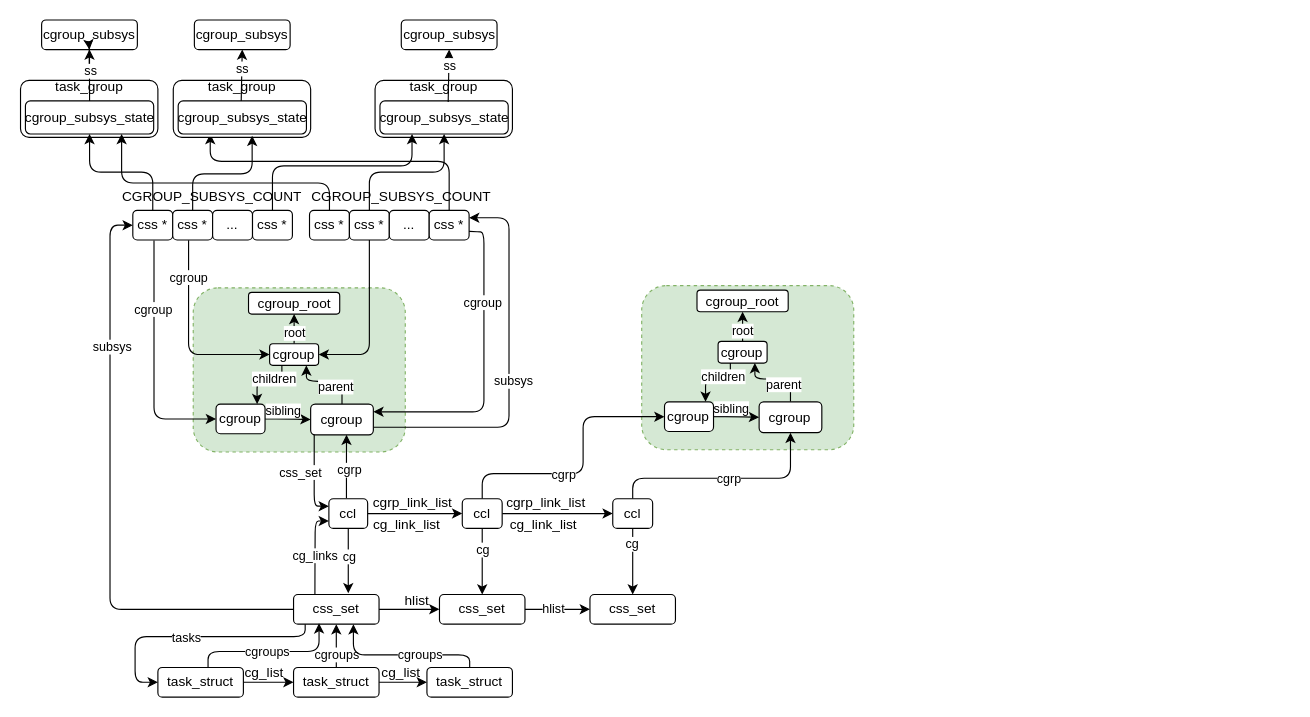
Before: cgroup.drawio in jasonactions/graph, a draw.io diagram. Source tidied: cells renumbered, new cells numbered last; positions are measured from the earlier drawing's top-left corner, leaving out a move shared by most shapes. Both pictures are drawn from the tidied source at 114%, with x=0, y=0 at pixel (19, 19).
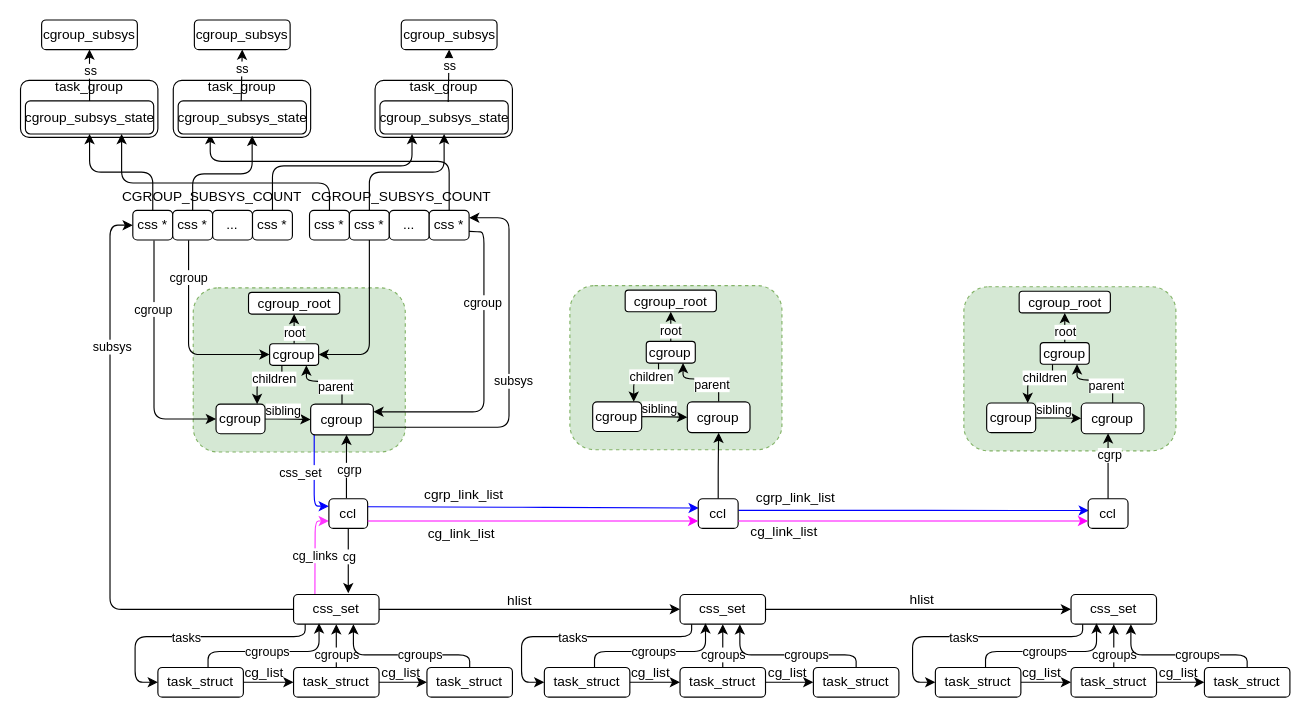
The same diagram, later.

The change refers to these unchanged cells:
```xml
<mxCell id="19" value="css_set" style="rounded=1;whiteSpace=wrap;html=1;" parent="1" vertex="1">
  <mxGeometry x="240" y="504" width="75" height="26" as="geometry" />
</mxCell>
<mxCell id="42" value="cgroup" style="rounded=1;whiteSpace=wrap;html=1;" parent="1" vertex="1">
  <mxGeometry x="255" y="337" width="55" height="27" as="geometry" />
</mxCell>
<mxCell id="66" value="ccl" style="rounded=1;whiteSpace=wrap;html=1;" parent="1" vertex="1">
  <mxGeometry x="271" y="420" width="34" height="26" as="geometry" />
</mxCell>
<mxCell id="82" value="cgroup_subsys" style="rounded=1;whiteSpace=wrap;html=1;" parent="1" vertex="1">
  <mxGeometry x="19" width="84" height="26" as="geometry" />
</mxCell>
<mxCell id="108" value="task_group" style="text;html=1;strokeColor=none;fillColor=none;align=center;verticalAlign=middle;whiteSpace=wrap;rounded=1;" parent="1" vertex="1">
  <mxGeometry x="30.8" y="44" width="60" height="30" as="geometry" />
</mxCell>
```

Change to the diagram source:
```diff
@@
     <mxCell id="4" style="rounded=1;whiteSpace=wrap;html=1;fillColor=#d5e8d4;dashed=1;strokeColor=#82b366;" parent="1" vertex="1">
-      <mxGeometry x="545.4" y="233" width="186" height="144" as="geometry" />
+      <mxGeometry x="482.4" y="233" width="186" height="144" as="geometry" />
     </mxCell>
@@
-    <mxCell id="16" style="edgeStyle=orthogonalEdgeStyle;rounded=1;jettySize=auto;html=1;entryX=0;entryY=0.75;entryDx=0;entryDy=0;exitX=0.25;exitY=0;exitDx=0;exitDy=0;" parent="1" edge="1" source="19" target="66">
+    <mxCell id="16" style="edgeStyle=orthogonalEdgeStyle;rounded=1;jettySize=auto;html=1;entryX=0;entryY=0.75;entryDx=0;entryDy=0;exitX=0.25;exitY=0;exitDx=0;exitDy=0;strokeColor=#FF33FF;" parent="1" edge="1" source="19" target="66">
       <mxGeometry relative="1" as="geometry">
         <Array as="points">
           <mxPoint x="259" y="475" />
           <mxPoint x="259" y="440" />
         </Array>
       </mxGeometry>
     </mxCell>
@@
-    <mxCell id="18" style="edgeStyle=orthogonalEdgeStyle;rounded=1;jettySize=auto;html=1;" parent="1" edge="1" source="19" target="88">
-      <mxGeometry relative="1" as="geometry" />
-    </mxCell>
+    <mxCell id="121" style="edgeStyle=orthogonalEdgeStyle;rounded=0;jettySize=auto;html=1;entryX=0;entryY=0.5;entryDx=0;entryDy=0;" parent="1" edge="1" source="19" target="150">
+      <mxGeometry relative="1" as="geometry" />
+    </mxCell>
@@
-    <mxCell id="40" style="edgeStyle=orthogonalEdgeStyle;rounded=1;jettySize=auto;html=1;entryX=0;entryY=0.25;entryDx=0;entryDy=0;exitX=0.057;exitY=0.986;exitDx=0;exitDy=0;exitPerimeter=0;" parent="1" edge="1" source="42" target="66">
+    <mxCell id="40" style="edgeStyle=orthogonalEdgeStyle;rounded=1;jettySize=auto;html=1;entryX=0;entryY=0.25;entryDx=0;entryDy=0;exitX=0.057;exitY=0.986;exitDx=0;exitDy=0;exitPerimeter=0;strokeColor=#0000FF;" parent="1" edge="1" source="42" target="66">
       <mxGeometry relative="1" as="geometry">
         <Array as="points">
           <mxPoint x="258" y="427" />
         </Array>
       </mxGeometry>
     </mxCell>
@@
-    <mxCell id="63" style="edgeStyle=orthogonalEdgeStyle;rounded=1;jettySize=auto;html=1;entryX=0;entryY=0.5;entryDx=0;entryDy=0;" parent="1" edge="1" source="66" target="72">
-      <mxGeometry relative="1" as="geometry" />
+    <mxCell id="63" style="edgeStyle=orthogonalEdgeStyle;rounded=1;jettySize=auto;html=1;entryX=0.013;entryY=0.315;entryDx=0;entryDy=0;strokeColor=#0000FF;entryPerimeter=0;" parent="1" edge="1" target="72">
+      <mxGeometry relative="1" as="geometry">
+        <mxPoint x="305" y="427" as="sourcePoint" />
+      </mxGeometry>
     </mxCell>
@@
-    <mxCell id="67" style="edgeStyle=orthogonalEdgeStyle;rounded=1;jettySize=auto;html=1;entryX=0;entryY=0.5;entryDx=0;entryDy=0;" parent="1" edge="1" source="72" target="77">
+    <mxCell id="67" style="edgeStyle=orthogonalEdgeStyle;rounded=1;jettySize=auto;html=1;entryX=0.019;entryY=0.397;entryDx=0;entryDy=0;strokeColor=#0000FF;entryPerimeter=0;exitX=1.008;exitY=0.391;exitDx=0;exitDy=0;exitPerimeter=0;" parent="1" edge="1" source="72" target="77">
       <mxGeometry relative="1" as="geometry" />
     </mxCell>
-    <mxCell id="68" style="edgeStyle=orthogonalEdgeStyle;rounded=1;jettySize=auto;html=1;" parent="1" edge="1" source="72" target="88">
-      <mxGeometry relative="1" as="geometry" />
-    </mxCell>
-    <mxCell id="69" value="cg" style="edgeLabel;html=1;align=center;verticalAlign=middle;rounded=1;" parent="68" vertex="1">
-      <mxGeometry x="-0.37" relative="1" as="geometry" />
-    </mxCell>
-    <mxCell id="70" style="edgeStyle=orthogonalEdgeStyle;rounded=1;jettySize=auto;html=1;entryX=0;entryY=0.5;entryDx=0;entryDy=0;" parent="1" edge="1" source="72" target="99">
-      <mxGeometry relative="1" as="geometry">
-        <Array as="points">
-          <mxPoint x="405" y="398" />
-          <mxPoint x="494" y="398" />
-          <mxPoint x="494" y="348" />
-        </Array>
-      </mxGeometry>
-    </mxCell>
-    <mxCell id="71" value="cgrp" style="edgeLabel;html=1;align=center;verticalAlign=middle;rounded=1;" parent="70" vertex="1">
-      <mxGeometry x="-0.2" relative="1" as="geometry" />
-    </mxCell>
+    <mxCell id="122" style="edgeStyle=orthogonalEdgeStyle;rounded=1;jettySize=auto;html=1;entryX=0.5;entryY=1;entryDx=0;entryDy=0;curved=0;" parent="1" edge="1" source="72" target="96">
+      <mxGeometry relative="1" as="geometry" />
+    </mxCell>
     <mxCell id="72" value="ccl" style="rounded=1;whiteSpace=wrap;html=1;" parent="1" vertex="1">
-      <mxGeometry x="388" y="420" width="35" height="26" as="geometry" />
+      <mxGeometry x="595" y="420" width="35" height="26" as="geometry" />
     </mxCell>
-    <mxCell id="73" style="edgeStyle=orthogonalEdgeStyle;rounded=1;jettySize=auto;html=1;entryX=0.5;entryY=0;entryDx=0;entryDy=0;" parent="1" edge="1" source="77" target="89">
-      <mxGeometry relative="1" as="geometry" />
-    </mxCell>
-    <mxCell id="74" value="cg" style="edgeLabel;html=1;align=center;verticalAlign=middle;rounded=1;" parent="73" vertex="1">
-      <mxGeometry x="-0.55" y="-1" relative="1" as="geometry" />
-    </mxCell>
-    <mxCell id="75" style="edgeStyle=orthogonalEdgeStyle;rounded=1;jettySize=auto;html=1;entryX=0.5;entryY=1;entryDx=0;entryDy=0;" parent="1" edge="1" source="77" target="96">
-      <mxGeometry relative="1" as="geometry">
-        <Array as="points">
-          <mxPoint x="537" y="402" />
-          <mxPoint x="676" y="402" />
-        </Array>
-      </mxGeometry>
-    </mxCell>
-    <mxCell id="76" value="cgrp" style="edgeLabel;html=1;align=center;verticalAlign=middle;rounded=1;" parent="75" vertex="1">
-      <mxGeometry x="0.04" relative="1" as="geometry" />
-    </mxCell>
     <mxCell id="77" value="ccl" style="rounded=1;whiteSpace=wrap;html=1;" parent="1" vertex="1">
-      <mxGeometry x="520" y="420" width="35" height="26" as="geometry" />
+      <mxGeometry x="937" y="420" width="35" height="26" as="geometry" />
     </mxCell>
     <mxCell id="78" value="cg_link_list" style="text;html=1;align=center;verticalAlign=middle;strokeColor=none;fillColor=none;rounded=1;" parent="1" vertex="1">
-      <mxGeometry x="300" y="430" width="77" height="26" as="geometry" />
+      <mxGeometry x="348" y="438" width="77" height="26" as="geometry" />
     </mxCell>
     <mxCell id="79" value="cg_link_list" style="text;html=1;align=center;verticalAlign=middle;strokeColor=none;fillColor=none;rounded=1;" parent="1" vertex="1">
-      <mxGeometry x="420" y="430" width="77" height="26" as="geometry" />
+      <mxGeometry x="631.5" y="436" width="77" height="26" as="geometry" />
     </mxCell>
     <mxCell id="80" value="cgrp_link_list" style="text;whiteSpace=wrap;rounded=1;" parent="1" vertex="1">
-      <mxGeometry x="308" y="410" width="72" height="24" as="geometry" />
+      <mxGeometry x="353" y="403" width="72" height="24" as="geometry" />
     </mxCell>
     <mxCell id="81" value="cgrp_link_list" style="text;whiteSpace=wrap;rounded=1;" parent="1" vertex="1">
-      <mxGeometry x="425" y="410" width="74" height="24" as="geometry" />
+      <mxGeometry x="644" y="405" width="74" height="24" as="geometry" />
     </mxCell>
@@
-    <mxCell id="86" style="edgeStyle=orthogonalEdgeStyle;rounded=1;jettySize=auto;html=1;entryX=0;entryY=0.5;entryDx=0;entryDy=0;" parent="1" edge="1" source="88" target="89">
-      <mxGeometry relative="1" as="geometry" />
-    </mxCell>
-    <mxCell id="87" value="hlist" style="edgeLabel;html=1;align=center;verticalAlign=middle;rounded=1;" parent="86" vertex="1">
-      <mxGeometry x="-0.15" y="1" relative="1" as="geometry" />
-    </mxCell>
-    <mxCell id="88" value="css_set" style="rounded=1;whiteSpace=wrap;html=1;" parent="1" vertex="1">
-      <mxGeometry x="368" y="504" width="75" height="26" as="geometry" />
-    </mxCell>
-    <mxCell id="89" value="css_set" style="rounded=1;whiteSpace=wrap;html=1;" parent="1" vertex="1">
-      <mxGeometry x="500" y="504" width="75" height="26" as="geometry" />
-    </mxCell>
-    <mxCell id="90" value="hlist" style="text;html=1;align=center;verticalAlign=middle;strokeColor=none;fillColor=none;rounded=1;" parent="1" vertex="1">
-      <mxGeometry x="328" y="497" width="39" height="26" as="geometry" />
-    </mxCell>
@@
     <mxCell id="96" value="cgroup" style="rounded=1;whiteSpace=wrap;html=1;" parent="1" vertex="1">
-      <mxGeometry x="648.4" y="335" width="55" height="27" as="geometry" />
+      <mxGeometry x="585.4" y="335" width="55" height="27" as="geometry" />
     </mxCell>
@@
     <mxCell id="99" value="cgroup" style="rounded=1;whiteSpace=wrap;html=1;" parent="1" vertex="1">
-      <mxGeometry x="565.4" y="335" width="43" height="26" as="geometry" />
+      <mxGeometry x="502.4" y="335" width="43" height="26" as="geometry" />
     </mxCell>
     <mxCell id="100" style="edgeStyle=orthogonalEdgeStyle;rounded=1;jettySize=auto;html=1;exitX=0.25;exitY=1;exitDx=0;exitDy=0;" parent="1" edge="1" source="104" target="99">
       <mxGeometry relative="1" as="geometry">
         <Array as="points">
-          <mxPoint x="623.4" y="314" />
-          <mxPoint x="601.4" y="314" />
+          <mxPoint x="560.4" y="314" />
+          <mxPoint x="538.4" y="314" />
         </Array>
       </mxGeometry>
     </mxCell>
@@
     <mxCell id="104" value="cgroup" style="rounded=1;whiteSpace=wrap;html=1;" parent="1" vertex="1">
-      <mxGeometry x="612.4" y="282" width="43" height="19" as="geometry" />
+      <mxGeometry x="549.4" y="282" width="43" height="19" as="geometry" />
     </mxCell>
     <mxCell id="105" value="cgroup_root" style="rounded=1;whiteSpace=wrap;html=1;" parent="1" vertex="1">
-      <mxGeometry x="593.9" y="237" width="80" height="19" as="geometry" />
+      <mxGeometry x="530.9" y="237" width="80" height="19" as="geometry" />
     </mxCell>
@@
-    <mxCell id="107" style="edgeStyle=orthogonalEdgeStyle;rounded=1;jettySize=auto;html=1;" parent="1" edge="1" source="108" target="82">
-      <mxGeometry relative="1" as="geometry" />
-    </mxCell>
@@
+    <mxCell id="123" style="edgeStyle=orthogonalEdgeStyle;rounded=1;jettySize=auto;html=1;entryX=0;entryY=0.75;entryDx=0;entryDy=0;strokeColor=#FF00FF;exitX=1;exitY=0.75;exitDx=0;exitDy=0;" parent="1" edge="1" source="66" target="72">
+      <mxGeometry relative="1" as="geometry" />
+    </mxCell>
+    <mxCell id="124" style="edgeStyle=orthogonalEdgeStyle;rounded=1;jettySize=auto;html=1;entryX=0;entryY=0.75;entryDx=0;entryDy=0;strokeColor=#FF00FF;exitX=1;exitY=0.75;exitDx=0;exitDy=0;" parent="1" edge="1" source="72" target="77">
+      <mxGeometry relative="1" as="geometry" />
+    </mxCell>
+    <mxCell id="125" style="rounded=1;whiteSpace=wrap;html=1;fillColor=#d5e8d4;dashed=1;strokeColor=#82b366;" parent="1" vertex="1">
+      <mxGeometry x="828" y="234" width="186" height="144" as="geometry" />
+    </mxCell>
+    <mxCell id="126" style="edgeStyle=orthogonalEdgeStyle;rounded=1;jettySize=auto;html=1;entryX=0.75;entryY=1;entryDx=0;entryDy=0;exitX=0.5;exitY=0;exitDx=0;exitDy=0;" parent="1" edge="1" source="128" target="136">
+      <mxGeometry relative="1" as="geometry" />
+    </mxCell>
+    <mxCell id="127" value="parent" style="edgeLabel;html=1;align=center;verticalAlign=middle;rounded=1;" parent="126" vertex="1">
+      <mxGeometry x="-0.26" relative="1" as="geometry">
+        <mxPoint x="-2" y="4" as="offset" />
+      </mxGeometry>
+    </mxCell>
+    <mxCell id="128" value="cgroup" style="rounded=1;whiteSpace=wrap;html=1;" parent="1" vertex="1">
+      <mxGeometry x="931" y="336" width="55" height="27" as="geometry" />
+    </mxCell>
+    <mxCell id="129" style="edgeStyle=orthogonalEdgeStyle;rounded=1;jettySize=auto;html=1;exitX=1;exitY=0.5;exitDx=0;exitDy=0;" parent="1" edge="1" source="131" target="128">
+      <mxGeometry relative="1" as="geometry" />
+    </mxCell>
+    <mxCell id="130" value="sibling" style="edgeLabel;html=1;align=center;verticalAlign=middle;rounded=1;" parent="129" vertex="1">
+      <mxGeometry x="-0.34" relative="1" as="geometry">
+        <mxPoint x="2" y="-8" as="offset" />
+      </mxGeometry>
+    </mxCell>
+    <mxCell id="131" value="cgroup" style="rounded=1;whiteSpace=wrap;html=1;" parent="1" vertex="1">
+      <mxGeometry x="848" y="336" width="43" height="26" as="geometry" />
+    </mxCell>
+    <mxCell id="132" style="edgeStyle=orthogonalEdgeStyle;rounded=1;jettySize=auto;html=1;exitX=0.25;exitY=1;exitDx=0;exitDy=0;" parent="1" edge="1" source="136" target="131">
+      <mxGeometry relative="1" as="geometry">
+        <Array as="points">
+          <mxPoint x="906" y="315" />
+          <mxPoint x="884" y="315" />
+        </Array>
+      </mxGeometry>
+    </mxCell>
+    <mxCell id="133" value="children" style="edgeLabel;html=1;align=center;verticalAlign=middle;rounded=1;" parent="132" vertex="1">
+      <mxGeometry x="-0.3" y="-2" relative="1" as="geometry" />
+    </mxCell>
+    <mxCell id="134" style="edgeStyle=orthogonalEdgeStyle;rounded=1;jettySize=auto;html=1;entryX=0.5;entryY=1;entryDx=0;entryDy=0;" parent="1" edge="1" source="136" target="137">
+      <mxGeometry relative="1" as="geometry" />
+    </mxCell>
+    <mxCell id="135" value="root" style="edgeLabel;html=1;align=center;verticalAlign=middle;rounded=1;" parent="134" vertex="1">
+      <mxGeometry x="-0.4" y="-3" relative="1" as="geometry">
+        <mxPoint x="-3" y="6" as="offset" />
+      </mxGeometry>
+    </mxCell>
+    <mxCell id="136" value="cgroup" style="rounded=1;whiteSpace=wrap;html=1;" parent="1" vertex="1">
+      <mxGeometry x="895" y="283" width="43" height="19" as="geometry" />
+    </mxCell>
+    <mxCell id="137" value="cgroup_root" style="rounded=1;whiteSpace=wrap;html=1;" parent="1" vertex="1">
+      <mxGeometry x="876.5" y="238" width="80" height="19" as="geometry" />
+    </mxCell>
+    <mxCell id="138" style="edgeStyle=orthogonalEdgeStyle;rounded=1;jettySize=auto;html=1;entryX=0.427;entryY=0.986;entryDx=0;entryDy=0;entryPerimeter=0;exitX=0.5;exitY=0;exitDx=0;exitDy=0;curved=0;" parent="1" edge="1" source="77" target="128">
+      <mxGeometry relative="1" as="geometry" />
+    </mxCell>
+    <mxCell id="139" value="cgrp" style="edgeLabel;html=1;align=center;verticalAlign=middle;" parent="138" vertex="1">
+      <mxGeometry x="0.24" y="-1" relative="1" as="geometry">
+        <mxPoint y="-2" as="offset" />
+      </mxGeometry>
+    </mxCell>
+    <mxCell id="140" style="edgeStyle=orthogonalEdgeStyle;rounded=1;jettySize=auto;html=1;entryX=0;entryY=0.5;entryDx=0;entryDy=0;" parent="1" edge="1" source="141" target="145">
+      <mxGeometry relative="1" as="geometry" />
+    </mxCell>
+    <mxCell id="141" value="task_struct" style="rounded=1;whiteSpace=wrap;html=1;" parent="1" vertex="1">
+      <mxGeometry x="460" y="568" width="75" height="26" as="geometry" />
+    </mxCell>
+    <mxCell id="142" style="edgeStyle=orthogonalEdgeStyle;rounded=1;jettySize=auto;html=1;entryX=0.5;entryY=1;entryDx=0;entryDy=0;" parent="1" edge="1" source="145" target="150">
+      <mxGeometry relative="1" as="geometry" />
+    </mxCell>
+    <mxCell id="143" value="cgroups" style="edgeLabel;html=1;align=center;verticalAlign=middle;rounded=1;" parent="142" vertex="1">
+      <mxGeometry x="-0.44" relative="1" as="geometry" />
+    </mxCell>
+    <mxCell id="144" style="edgeStyle=orthogonalEdgeStyle;rounded=1;jettySize=auto;html=1;entryX=0;entryY=0.5;entryDx=0;entryDy=0;" parent="1" edge="1" source="145" target="146">
+      <mxGeometry relative="1" as="geometry" />
+    </mxCell>
+    <mxCell id="145" value="task_struct" style="rounded=1;whiteSpace=wrap;html=1;" parent="1" vertex="1">
+      <mxGeometry x="579" y="568" width="75" height="26" as="geometry" />
+    </mxCell>
+    <mxCell id="146" value="task_struct" style="rounded=1;whiteSpace=wrap;html=1;" parent="1" vertex="1">
+      <mxGeometry x="696" y="568" width="75" height="26" as="geometry" />
+    </mxCell>
+    <mxCell id="147" style="edgeStyle=orthogonalEdgeStyle;rounded=1;jettySize=auto;html=1;entryX=0;entryY=0.5;entryDx=0;entryDy=0;exitX=0.136;exitY=0.975;exitDx=0;exitDy=0;exitPerimeter=0;" parent="1" edge="1" source="150" target="141">
+      <mxGeometry relative="1" as="geometry">
+        <Array as="points">
+          <mxPoint x="589" y="541" />
+          <mxPoint x="440" y="541" />
+          <mxPoint x="440" y="581" />
+        </Array>
+      </mxGeometry>
+    </mxCell>
+    <mxCell id="148" value="tasks" style="edgeLabel;html=1;align=center;verticalAlign=middle;rounded=1;" parent="147" vertex="1">
+      <mxGeometry x="0.05" relative="1" as="geometry" />
+    </mxCell>
+    <mxCell id="149" style="edgeStyle=orthogonalEdgeStyle;rounded=0;jettySize=auto;html=1;entryX=0;entryY=0.5;entryDx=0;entryDy=0;" parent="1" edge="1" source="150" target="166">
+      <mxGeometry relative="1" as="geometry" />
+    </mxCell>
+    <mxCell id="150" value="css_set" style="rounded=1;whiteSpace=wrap;html=1;" parent="1" vertex="1">
+      <mxGeometry x="579" y="504" width="75" height="26" as="geometry" />
+    </mxCell>
+    <mxCell id="151" style="edgeStyle=orthogonalEdgeStyle;rounded=1;jettySize=auto;html=1;entryX=0.7;entryY=1.002;entryDx=0;entryDy=0;entryPerimeter=0;" parent="1" edge="1" source="146" target="150">
+      <mxGeometry relative="1" as="geometry">
+        <Array as="points">
+          <mxPoint x="734" y="557" />
+          <mxPoint x="632" y="557" />
+        </Array>
+      </mxGeometry>
+    </mxCell>
+    <mxCell id="152" value="cgroups" style="edgeLabel;html=1;align=center;verticalAlign=middle;rounded=1;" parent="151" vertex="1">
+      <mxGeometry x="-0.21" y="-1" relative="1" as="geometry" />
+    </mxCell>
+    <mxCell id="153" style="edgeStyle=orthogonalEdgeStyle;rounded=1;jettySize=auto;html=1;entryX=0.298;entryY=0.973;entryDx=0;entryDy=0;entryPerimeter=0;" parent="1" edge="1" source="141" target="150">
+      <mxGeometry relative="1" as="geometry">
+        <Array as="points">
+          <mxPoint x="504" y="554" />
+          <mxPoint x="601" y="554" />
+        </Array>
+      </mxGeometry>
+    </mxCell>
+    <mxCell id="154" value="cgroups" style="edgeLabel;html=1;align=center;verticalAlign=middle;rounded=1;" parent="153" vertex="1">
+      <mxGeometry x="-0.05" y="1" relative="1" as="geometry" />
+    </mxCell>
+    <mxCell id="155" value="cg_list" style="text;html=1;align=center;verticalAlign=middle;strokeColor=none;fillColor=none;rounded=1;" parent="1" vertex="1">
+      <mxGeometry x="527" y="560" width="52" height="26" as="geometry" />
+    </mxCell>
+    <mxCell id="156" value="cg_list" style="text;html=1;align=center;verticalAlign=middle;strokeColor=none;fillColor=none;rounded=1;" parent="1" vertex="1">
+      <mxGeometry x="647" y="560" width="52" height="26" as="geometry" />
+    </mxCell>
+    <mxCell id="157" style="edgeStyle=orthogonalEdgeStyle;rounded=1;jettySize=auto;html=1;entryX=0;entryY=0.5;entryDx=0;entryDy=0;" parent="1" edge="1" source="158" target="162">
+      <mxGeometry relative="1" as="geometry" />
+    </mxCell>
+    <mxCell id="158" value="task_struct" style="rounded=1;whiteSpace=wrap;html=1;" parent="1" vertex="1">
+      <mxGeometry x="803" y="568" width="75" height="26" as="geometry" />
+    </mxCell>
+    <mxCell id="159" style="edgeStyle=orthogonalEdgeStyle;rounded=1;jettySize=auto;html=1;entryX=0.5;entryY=1;entryDx=0;entryDy=0;" parent="1" edge="1" source="162" target="166">
+      <mxGeometry relative="1" as="geometry" />
+    </mxCell>
+    <mxCell id="160" value="cgroups" style="edgeLabel;html=1;align=center;verticalAlign=middle;rounded=1;" parent="159" vertex="1">
+      <mxGeometry x="-0.44" relative="1" as="geometry" />
+    </mxCell>
+    <mxCell id="161" style="edgeStyle=orthogonalEdgeStyle;rounded=1;jettySize=auto;html=1;entryX=0;entryY=0.5;entryDx=0;entryDy=0;" parent="1" edge="1" source="162" target="163">
+      <mxGeometry relative="1" as="geometry" />
+    </mxCell>
+    <mxCell id="162" value="task_struct" style="rounded=1;whiteSpace=wrap;html=1;" parent="1" vertex="1">
+      <mxGeometry x="922" y="568" width="75" height="26" as="geometry" />
+    </mxCell>
+    <mxCell id="163" value="task_struct" style="rounded=1;whiteSpace=wrap;html=1;" parent="1" vertex="1">
+      <mxGeometry x="1039" y="568" width="75" height="26" as="geometry" />
+    </mxCell>
+    <mxCell id="164" style="edgeStyle=orthogonalEdgeStyle;rounded=1;jettySize=auto;html=1;entryX=0;entryY=0.5;entryDx=0;entryDy=0;exitX=0.136;exitY=0.975;exitDx=0;exitDy=0;exitPerimeter=0;" parent="1" edge="1" source="166" target="158">
+      <mxGeometry relative="1" as="geometry">
+        <Array as="points">
+          <mxPoint x="932" y="541" />
+          <mxPoint x="783" y="541" />
+          <mxPoint x="783" y="581" />
+        </Array>
+      </mxGeometry>
+    </mxCell>
+    <mxCell id="165" value="tasks" style="edgeLabel;html=1;align=center;verticalAlign=middle;rounded=1;" parent="164" vertex="1">
+      <mxGeometry x="0.05" relative="1" as="geometry" />
+    </mxCell>
+    <mxCell id="166" value="css_set" style="rounded=1;whiteSpace=wrap;html=1;" parent="1" vertex="1">
+      <mxGeometry x="922" y="504" width="75" height="26" as="geometry" />
+    </mxCell>
+    <mxCell id="167" style="edgeStyle=orthogonalEdgeStyle;rounded=1;jettySize=auto;html=1;entryX=0.7;entryY=1.002;entryDx=0;entryDy=0;entryPerimeter=0;" parent="1" edge="1" source="163" target="166">
+      <mxGeometry relative="1" as="geometry">
+        <Array as="points">
+          <mxPoint x="1077" y="557" />
+          <mxPoint x="975" y="557" />
+        </Array>
+      </mxGeometry>
+    </mxCell>
+    <mxCell id="168" value="cgroups" style="edgeLabel;html=1;align=center;verticalAlign=middle;rounded=1;" parent="167" vertex="1">
+      <mxGeometry x="-0.21" y="-1" relative="1" as="geometry" />
+    </mxCell>
+    <mxCell id="169" style="edgeStyle=orthogonalEdgeStyle;rounded=1;jettySize=auto;html=1;entryX=0.298;entryY=0.973;entryDx=0;entryDy=0;entryPerimeter=0;" parent="1" edge="1" source="158" target="166">
+      <mxGeometry relative="1" as="geometry">
+        <Array as="points">
+          <mxPoint x="847" y="554" />
+          <mxPoint x="944" y="554" />
+        </Array>
+      </mxGeometry>
+    </mxCell>
+    <mxCell id="170" value="cgroups" style="edgeLabel;html=1;align=center;verticalAlign=middle;rounded=1;" parent="169" vertex="1">
+      <mxGeometry x="-0.05" y="1" relative="1" as="geometry" />
+    </mxCell>
+    <mxCell id="171" value="cg_list" style="text;html=1;align=center;verticalAlign=middle;strokeColor=none;fillColor=none;rounded=1;" parent="1" vertex="1">
+      <mxGeometry x="870" y="560" width="52" height="26" as="geometry" />
+    </mxCell>
+    <mxCell id="172" value="cg_list" style="text;html=1;align=center;verticalAlign=middle;strokeColor=none;fillColor=none;rounded=1;" parent="1" vertex="1">
+      <mxGeometry x="990" y="560" width="52" height="26" as="geometry" />
+    </mxCell>
+    <mxCell id="173" value="hlist" style="text;html=1;align=center;verticalAlign=middle;strokeColor=none;fillColor=none;rounded=1;" parent="1" vertex="1">
+      <mxGeometry x="771" y="496" width="39" height="26" as="geometry" />
+    </mxCell>
+    <mxCell id="174" value="hlist" style="text;html=1;align=center;verticalAlign=middle;strokeColor=none;fillColor=none;rounded=1;" parent="1" vertex="1">
+      <mxGeometry x="418.5" y="497" width="39" height="26" as="geometry" />
+    </mxCell>
```
